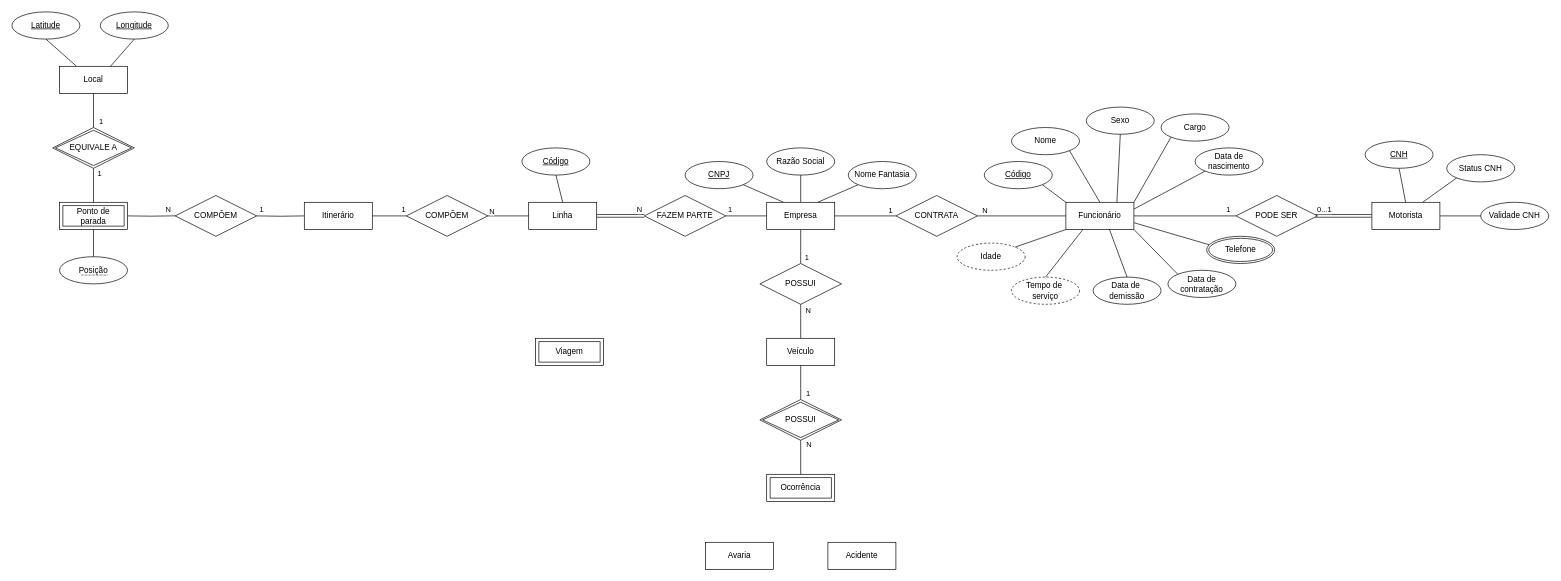
gscolombo/Projeto---BD keeps this draw.io diagram as drawio/conceptual_model.drawio. Above is the earlier version. Source tidied: cells renumbered, new cells numbered last; positions are measured from the earlier drawing's top-left corner, leaving out a move shared by most shapes. Both pictures are drawn from the tidied source at 68%, with x=0, y=0 at pixel (12, 12).
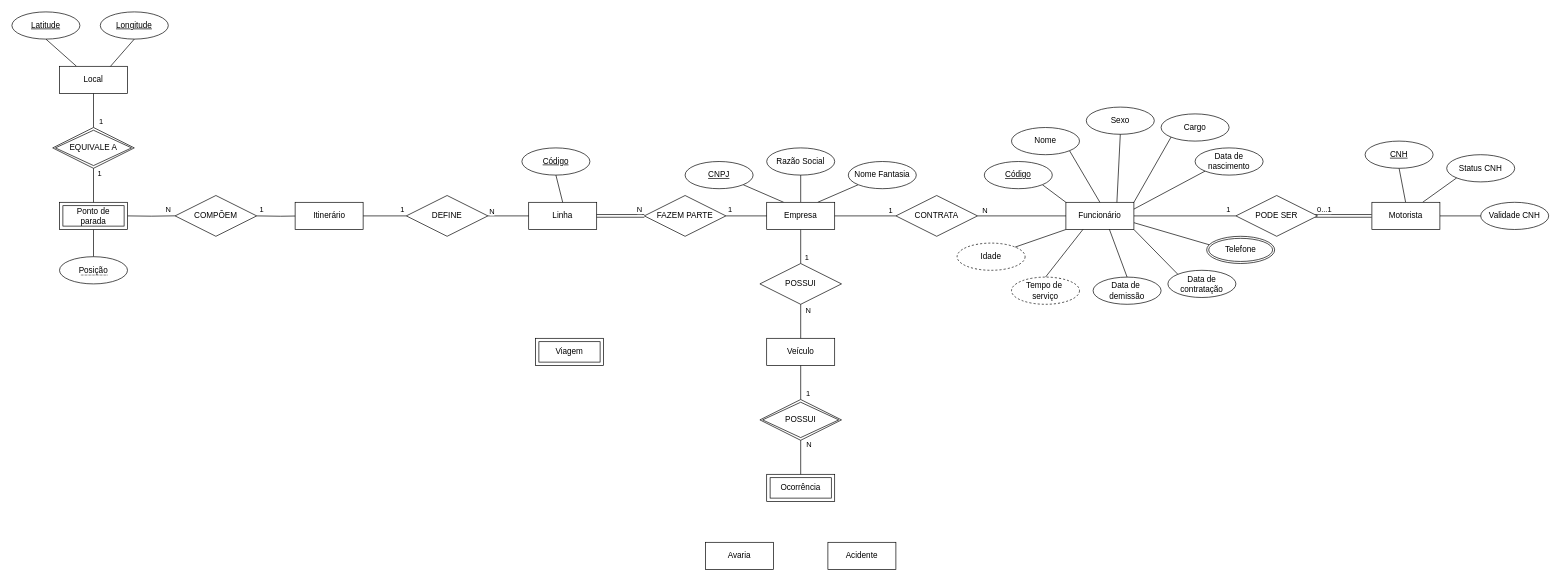
The same diagram, later.

The edit, as a diff of the source:
```diff
@@
     <mxCell id="90" value="Itinerário" style="whiteSpace=wrap;html=1;align=center;" parent="1" vertex="1">
-      <mxGeometry x="430" y="280" width="100" height="40" as="geometry" />
+      <mxGeometry x="416.5" y="280" width="100" height="40" as="geometry" />
     </mxCell>
-    <mxCell id="91" value="COMPÕEM" style="shape=rhombus;perimeter=rhombusPerimeter;whiteSpace=wrap;html=1;align=center;" parent="1" vertex="1">
+    <mxCell id="91" value="DEFINE" style="shape=rhombus;perimeter=rhombusPerimeter;whiteSpace=wrap;html=1;align=center;" parent="1" vertex="1">
       <mxGeometry x="580" y="270" width="120" height="60" as="geometry" />
     </mxCell>
```
